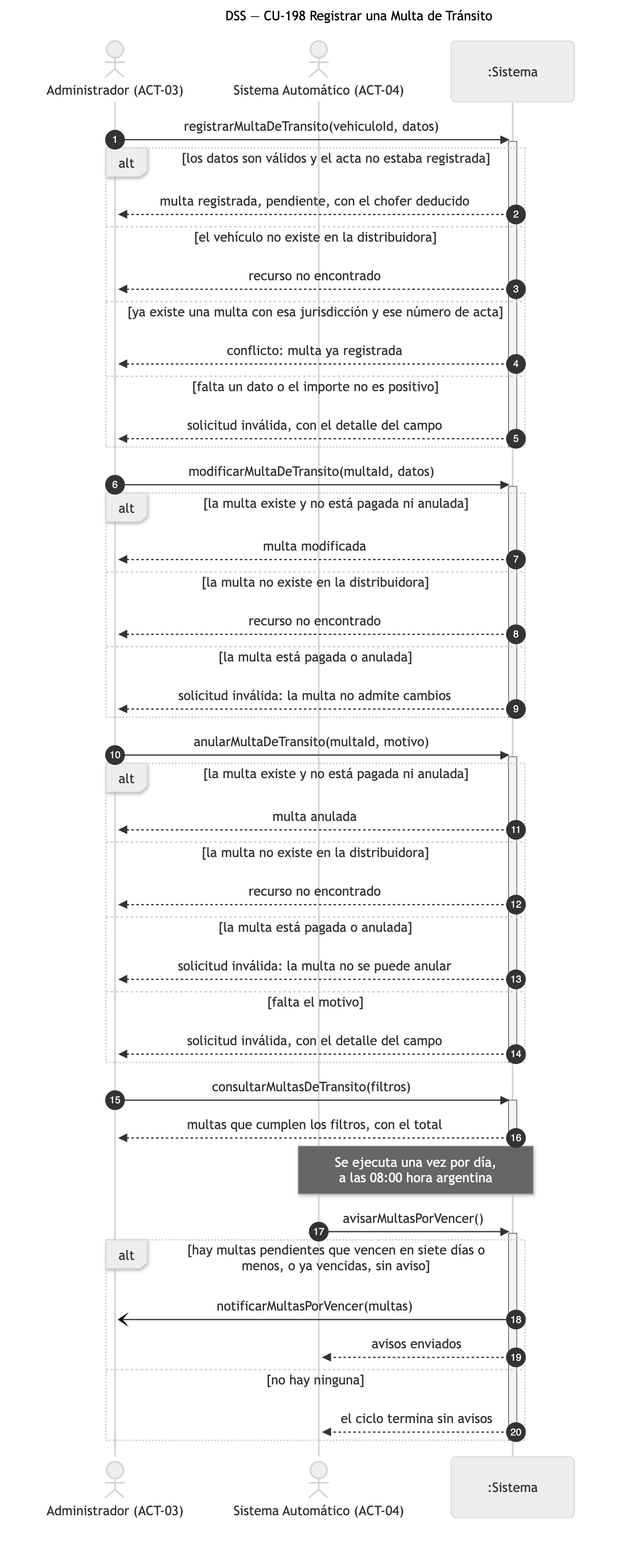
The Mermaid diagram diagramas/png/DSS_CU-198_Registrar-una-Multa-de-Transito.png in Nahuelito-Dev/splg-docs, before a commit. Its source is kept beside it as diagramas/DSS_CU-198_Registrar-una-Multa-de-Transito.mmd. The source it was exported from:
```mermaid
sequenceDiagram
    title DSS — CU-198 Registrar una Multa de Tránsito
    autonumber
    actor ADM as Administrador (ACT-03)
    actor SAU as Sistema Automático (ACT-04)
    participant SIS as :Sistema

    ADM->>SIS: registrarMultaDeTransito(vehiculoId, datos)
    activate SIS
    alt los datos son válidos y el acta no estaba registrada
        SIS-->>ADM: multa registrada, pendiente, con el chofer deducido
    else el vehículo no existe en la distribuidora
        SIS-->>ADM: recurso no encontrado
    else ya existe una multa con esa jurisdicción y ese número de acta
        SIS-->>ADM: conflicto: multa ya registrada
    else falta un dato o el importe no es positivo
        SIS-->>ADM: solicitud inválida, con el detalle del campo
    end
    deactivate SIS

    ADM->>SIS: modificarMultaDeTransito(multaId, datos)
    activate SIS
    alt la multa existe y no está pagada ni anulada
        SIS-->>ADM: multa modificada
    else la multa no existe en la distribuidora
        SIS-->>ADM: recurso no encontrado
    else la multa está pagada o anulada
        SIS-->>ADM: solicitud inválida: la multa no admite cambios
    end
    deactivate SIS

    ADM->>SIS: anularMultaDeTransito(multaId, motivo)
    activate SIS
    alt la multa existe y no está pagada ni anulada
        SIS-->>ADM: multa anulada
    else la multa no existe en la distribuidora
        SIS-->>ADM: recurso no encontrado
    else la multa está pagada o anulada
        SIS-->>ADM: solicitud inválida: la multa no se puede anular
    else falta el motivo
        SIS-->>ADM: solicitud inválida, con el detalle del campo
    end
    deactivate SIS

    ADM->>SIS: consultarMultasDeTransito(filtros)
    activate SIS
    SIS-->>ADM: multas que cumplen los filtros, con el total
    deactivate SIS

    Note over SAU,SIS: Se ejecuta una vez por día,<br/>a las 08:00 hora argentina
    SAU->>SIS: avisarMultasPorVencer()
    activate SIS
    alt hay multas pendientes que vencen en siete días o menos, o ya vencidas, sin aviso
        SIS-)ADM: notificarMultasPorVencer(multas)
        SIS-->>SAU: avisos enviados
    else no hay ninguna
        SIS-->>SAU: el ciclo termina sin avisos
    end
    deactivate SIS
```
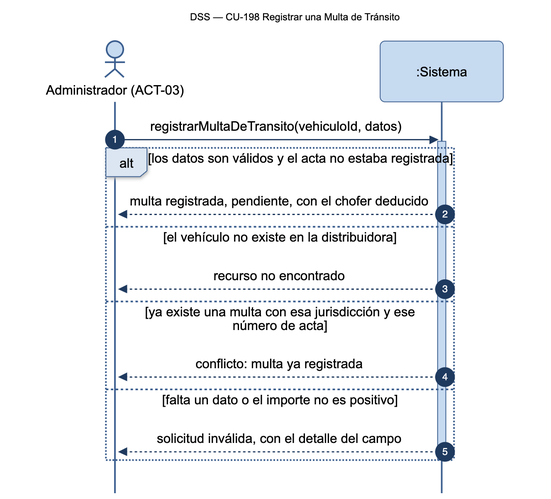
The same file after the commit.

The edit, as a diff of the source:
```diff
@@ -2,7 +2,6 @@
     title DSS — CU-198 Registrar una Multa de Tránsito
     autonumber
     actor ADM as Administrador (ACT-03)
-    actor SAU as Sistema Automático (ACT-04)
     participant SIS as :Sistema
 
     ADM->>SIS: registrarMultaDeTransito(vehiculoId, datos)
@@ -17,43 +16,3 @@
         SIS-->>ADM: solicitud inválida, con el detalle del campo
     end
     deactivate SIS
-
-    ADM->>SIS: modificarMultaDeTransito(multaId, datos)
-    activate SIS
-    alt la multa existe y no está pagada ni anulada
-        SIS-->>ADM: multa modificada
-    else la multa no existe en la distribuidora
-        SIS-->>ADM: recurso no encontrado
-    else la multa está pagada o anulada
-        SIS-->>ADM: solicitud inválida: la multa no admite cambios
-    end
-    deactivate SIS
-
-    ADM->>SIS: anularMultaDeTransito(multaId, motivo)
-    activate SIS
-    alt la multa existe y no está pagada ni anulada
-        SIS-->>ADM: multa anulada
-    else la multa no existe en la distribuidora
-        SIS-->>ADM: recurso no encontrado
-    else la multa está pagada o anulada
-        SIS-->>ADM: solicitud inválida: la multa no se puede anular
-    else falta el motivo
-        SIS-->>ADM: solicitud inválida, con el detalle del campo
-    end
-    deactivate SIS
-
-    ADM->>SIS: consultarMultasDeTransito(filtros)
-    activate SIS
-    SIS-->>ADM: multas que cumplen los filtros, con el total
-    deactivate SIS
-
-    Note over SAU,SIS: Se ejecuta una vez por día,<br/>a las 08:00 hora argentina
-    SAU->>SIS: avisarMultasPorVencer()
-    activate SIS
-    alt hay multas pendientes que vencen en siete días o menos, o ya vencidas, sin aviso
-        SIS-)ADM: notificarMultasPorVencer(multas)
-        SIS-->>SAU: avisos enviados
-    else no hay ninguna
-        SIS-->>SAU: el ciclo termina sin avisos
-    end
-    deactivate SIS
```
